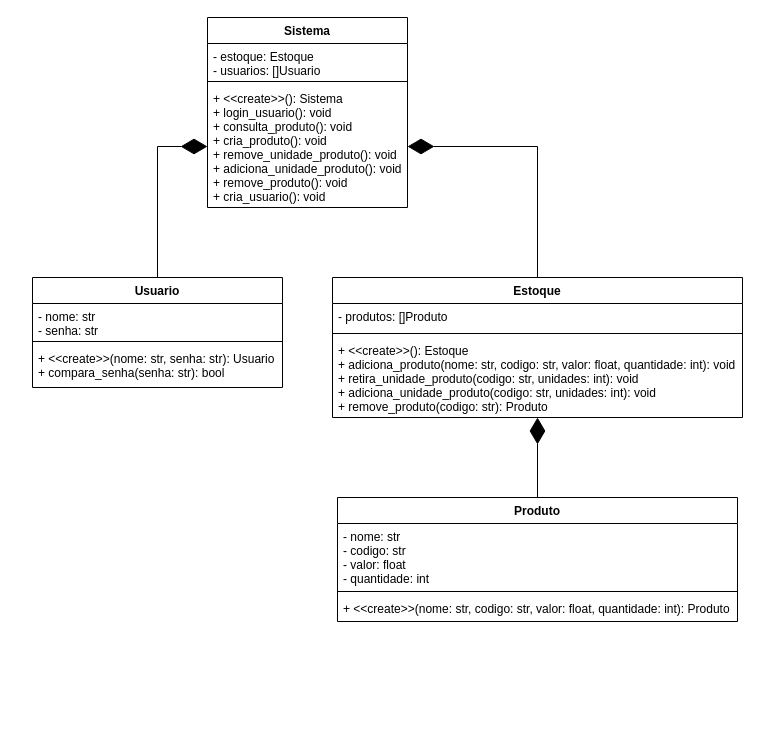
This is UML.drawio from GianOrtiz/ine5404-exemplo-mvc, a draw.io file, before an edit. Source tidied: cells renumbered, new cells numbered last; positions are measured from the earlier drawing's top-left corner, leaving out a move shared by most shapes. Both pictures are drawn from the tidied source at 100%, with x=0, y=0 at pixel (32, 17).
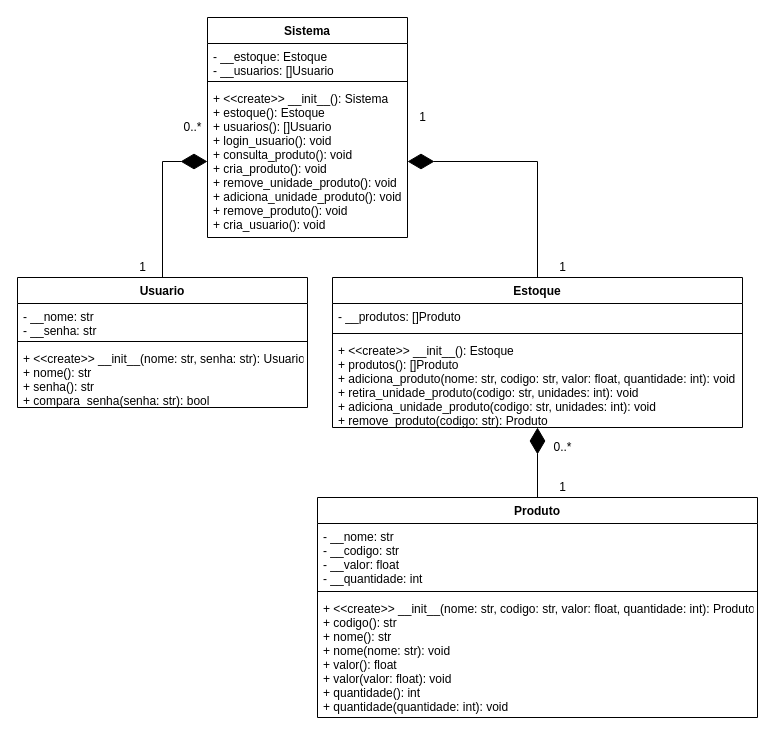
The same page after the edit.

Change to the diagram source:
```diff
@@
     <mxCell id="3" value="Estoque" style="swimlane;fontStyle=1;align=center;verticalAlign=top;horizontal=1;startSize=26;" parent="1" vertex="1">
-      <mxGeometry x="300" y="260" width="410" height="140" as="geometry" />
+      <mxGeometry x="300" y="260" width="410" height="150" as="geometry" />
     </mxCell>
-    <mxCell id="4" value="- produtos: []Produto" style="text;strokeColor=none;fillColor=none;align=left;verticalAlign=top;spacingLeft=4;spacingRight=4;overflow=hidden;" parent="3" vertex="1">
+    <mxCell id="4" value="- __produtos: []Produto" style="text;strokeColor=none;fillColor=none;align=left;verticalAlign=top;spacingLeft=4;spacingRight=4;overflow=hidden;" parent="3" vertex="1">
       <mxGeometry y="26" width="410" height="26" as="geometry" />
     </mxCell>
@@
-    <mxCell id="6" value="+ &lt;&lt;create&gt;&gt;(): Estoque&#10;+ adiciona_produto(nome: str, codigo: str, valor: float, quantidade: int): void&#10;+ retira_unidade_produto(codigo: str, unidades: int): void&#10;+ adiciona_unidade_produto(codigo: str, unidades: int): void&#10;+ remove_produto(codigo: str): Produto&#10;&#10;" style="text;strokeColor=none;fillColor=none;align=left;verticalAlign=top;spacingLeft=4;spacingRight=4;overflow=hidden;" parent="3" vertex="1">
-      <mxGeometry y="60" width="410" height="80" as="geometry" />
+    <mxCell id="6" value="+ &lt;&lt;create&gt;&gt; __init__(): Estoque&#10;+ produtos(): []Produto&#10;+ adiciona_produto(nome: str, codigo: str, valor: float, quantidade: int): void&#10;+ retira_unidade_produto(codigo: str, unidades: int): void&#10;+ adiciona_unidade_produto(codigo: str, unidades: int): void&#10;+ remove_produto(codigo: str): Produto&#10;&#10;" style="text;strokeColor=none;fillColor=none;align=left;verticalAlign=top;spacingLeft=4;spacingRight=4;overflow=hidden;" parent="3" vertex="1">
+      <mxGeometry y="60" width="410" height="90" as="geometry" />
     </mxCell>
@@
     <mxCell id="8" value="Produto" style="swimlane;fontStyle=1;align=center;verticalAlign=top;horizontal=1;startSize=26;" parent="1" vertex="1">
-      <mxGeometry x="305" y="480" width="400" height="124" as="geometry" />
+      <mxGeometry x="285" y="480" width="440" height="220" as="geometry" />
     </mxCell>
-    <mxCell id="9" value="- nome: str&#10;- codigo: str&#10;- valor: float&#10;- quantidade: int&#10;" style="text;strokeColor=none;fillColor=none;align=left;verticalAlign=top;spacingLeft=4;spacingRight=4;overflow=hidden;" parent="8" vertex="1">
-      <mxGeometry y="26" width="400" height="64" as="geometry" />
+    <mxCell id="9" value="- __nome: str&#10;- __codigo: str&#10;- __valor: float&#10;- __quantidade: int&#10;" style="text;strokeColor=none;fillColor=none;align=left;verticalAlign=top;spacingLeft=4;spacingRight=4;overflow=hidden;" parent="8" vertex="1">
+      <mxGeometry y="26" width="440" height="64" as="geometry" />
     </mxCell>
     <mxCell id="10" style="line;strokeWidth=1;fillColor=none;align=left;verticalAlign=middle;spacingTop=-1;spacingLeft=3;spacingRight=3;labelPosition=right;" parent="8" vertex="1">
-      <mxGeometry y="90" width="400" height="8" as="geometry" />
+      <mxGeometry y="90" width="440" height="8" as="geometry" />
     </mxCell>
-    <mxCell id="11" value="+ &lt;&lt;create&gt;&gt;(nome: str, codigo: str, valor: float, quantidade: int): Produto" style="text;strokeColor=none;fillColor=none;align=left;verticalAlign=top;spacingLeft=4;spacingRight=4;overflow=hidden;" parent="8" vertex="1">
-      <mxGeometry y="98" width="400" height="26" as="geometry" />
+    <mxCell id="11" value="+ &lt;&lt;create&gt;&gt; __init__(nome: str, codigo: str, valor: float, quantidade: int): Produto&#10;+ codigo(): str&#10;+ nome(): str&#10;+ nome(nome: str): void&#10;+ valor(): float&#10;+ valor(valor: float): void&#10;+ quantidade(): int&#10;+ quantidade(quantidade: int): void&#10;" style="text;strokeColor=none;fillColor=none;align=left;verticalAlign=top;spacingLeft=4;spacingRight=4;overflow=hidden;" parent="8" vertex="1">
+      <mxGeometry y="98" width="440" height="122" as="geometry" />
     </mxCell>
@@
     <mxCell id="13" value="Usuario" style="swimlane;fontStyle=1;align=center;verticalAlign=top;horizontal=1;startSize=26;" parent="1" vertex="1">
-      <mxGeometry y="260" width="250" height="110" as="geometry" />
+      <mxGeometry x="-15" y="260" width="290" height="130" as="geometry" />
     </mxCell>
-    <mxCell id="14" value="- nome: str&#10;- senha: str&#10;" style="text;strokeColor=none;fillColor=none;align=left;verticalAlign=top;spacingLeft=4;spacingRight=4;overflow=hidden;" parent="13" vertex="1">
-      <mxGeometry y="26" width="250" height="34" as="geometry" />
+    <mxCell id="14" value="- __nome: str&#10;- __senha: str&#10;" style="text;strokeColor=none;fillColor=none;align=left;verticalAlign=top;spacingLeft=4;spacingRight=4;overflow=hidden;" parent="13" vertex="1">
+      <mxGeometry y="26" width="290" height="34" as="geometry" />
     </mxCell>
     <mxCell id="15" style="line;strokeWidth=1;fillColor=none;align=left;verticalAlign=middle;spacingTop=-1;spacingLeft=3;spacingRight=3;labelPosition=right;" parent="13" vertex="1">
-      <mxGeometry y="60" width="250" height="8" as="geometry" />
+      <mxGeometry y="60" width="290" height="8" as="geometry" />
     </mxCell>
-    <mxCell id="16" value="+ &lt;&lt;create&gt;&gt;(nome: str, senha: str): Usuario&#10;+ compara_senha(senha: str): bool&#10;" style="text;strokeColor=none;fillColor=none;align=left;verticalAlign=top;spacingLeft=4;spacingRight=4;overflow=hidden;" parent="13" vertex="1">
-      <mxGeometry y="68" width="250" height="42" as="geometry" />
+    <mxCell id="16" value="+ &lt;&lt;create&gt;&gt; __init__(nome: str, senha: str): Usuario&#10;+ nome(): str&#10;+ senha(): str&#10;+ compara_senha(senha: str): bool&#10;" style="text;strokeColor=none;fillColor=none;align=left;verticalAlign=top;spacingLeft=4;spacingRight=4;overflow=hidden;" parent="13" vertex="1">
+      <mxGeometry y="68" width="290" height="62" as="geometry" />
     </mxCell>
     <mxCell id="17" value="Sistema" style="swimlane;fontStyle=1;align=center;verticalAlign=top;horizontal=1;startSize=26;" parent="1" vertex="1">
-      <mxGeometry x="175" width="200" height="190" as="geometry" />
+      <mxGeometry x="175" width="200" height="220" as="geometry" />
     </mxCell>
-    <mxCell id="18" value="- estoque: Estoque&#10;- usuarios: []Usuario" style="text;strokeColor=none;fillColor=none;align=left;verticalAlign=top;spacingLeft=4;spacingRight=4;overflow=hidden;" parent="17" vertex="1">
+    <mxCell id="18" value="- __estoque: Estoque&#10;- __usuarios: []Usuario" style="text;strokeColor=none;fillColor=none;align=left;verticalAlign=top;spacingLeft=4;spacingRight=4;overflow=hidden;" parent="17" vertex="1">
       <mxGeometry y="26" width="200" height="34" as="geometry" />
     </mxCell>
@@
-    <mxCell id="20" value="+ &lt;&lt;create&gt;&gt;(): Sistema&#10;+ login_usuario(): void&#10;+ consulta_produto(): void&#10;+ cria_produto(): void&#10;+ remove_unidade_produto(): void&#10;+ adiciona_unidade_produto(): void&#10;+ remove_produto(): void&#10;+ cria_usuario(): void&#10;&#10;" style="text;strokeColor=none;fillColor=none;align=left;verticalAlign=top;spacingLeft=4;spacingRight=4;overflow=hidden;points=[[0,0.5],[1,0.5]];portConstraint=eastwest;" parent="17" vertex="1">
-      <mxGeometry y="68" width="200" height="122" as="geometry" />
+    <mxCell id="20" value="+ &lt;&lt;create&gt;&gt; __init__(): Sistema&#10;+ estoque(): Estoque&#10;+ usuarios(): []Usuario&#10;+ login_usuario(): void&#10;+ consulta_produto(): void&#10;+ cria_produto(): void&#10;+ remove_unidade_produto(): void&#10;+ adiciona_unidade_produto(): void&#10;+ remove_produto(): void&#10;+ cria_usuario(): void&#10;&#10;" style="text;strokeColor=none;fillColor=none;align=left;verticalAlign=top;spacingLeft=4;spacingRight=4;overflow=hidden;points=[[0,0.5],[1,0.5]];portConstraint=eastwest;" parent="17" vertex="1">
+      <mxGeometry y="68" width="200" height="152" as="geometry" />
     </mxCell>
+    <mxCell id="21" value="1" style="text;html=1;align=center;verticalAlign=middle;strokeColor=none;" parent="1" vertex="1">
+      <mxGeometry x="380" y="90" width="20" height="20" as="geometry" />
+    </mxCell>
+    <mxCell id="22" value="1" style="text;html=1;align=center;verticalAlign=middle;strokeColor=none;" parent="1" vertex="1">
+      <mxGeometry x="520" y="240" width="20" height="20" as="geometry" />
+    </mxCell>
+    <mxCell id="23" value="0..*" style="text;html=1;align=center;verticalAlign=middle;strokeColor=none;" parent="1" vertex="1">
+      <mxGeometry x="145" y="100" width="30" height="20" as="geometry" />
+    </mxCell>
+    <mxCell id="24" value="1" style="text;html=1;align=center;verticalAlign=middle;strokeColor=none;" parent="1" vertex="1">
+      <mxGeometry x="100" y="240" width="20" height="20" as="geometry" />
+    </mxCell>
+    <mxCell id="25" value="0..*" style="text;html=1;align=center;verticalAlign=middle;strokeColor=none;" parent="1" vertex="1">
+      <mxGeometry x="515" y="420" width="30" height="20" as="geometry" />
+    </mxCell>
+    <mxCell id="26" value="1" style="text;html=1;align=center;verticalAlign=middle;strokeColor=none;" parent="1" vertex="1">
+      <mxGeometry x="520" y="460" width="20" height="20" as="geometry" />
+    </mxCell>
```
